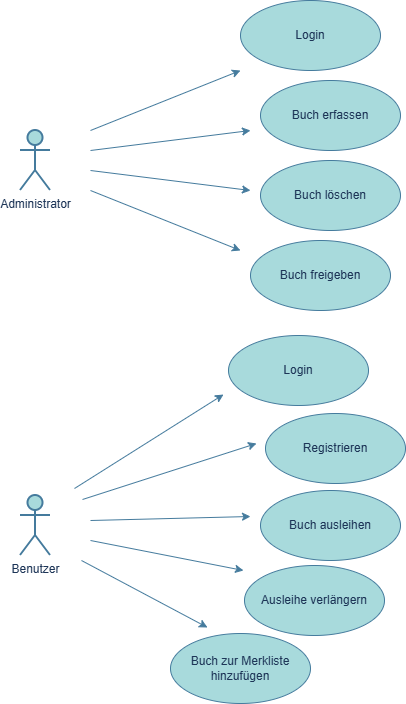
Earlier version of the draw.io export Diagramm/BibliothekUseCasesDiagramm.png (Senaa05/Objektorientiertes-Programmieren). Source tidied: cells renumbered, new cells last; positions are measured from the earlier drawing's top-left corner, leaving out a move shared by most shapes.
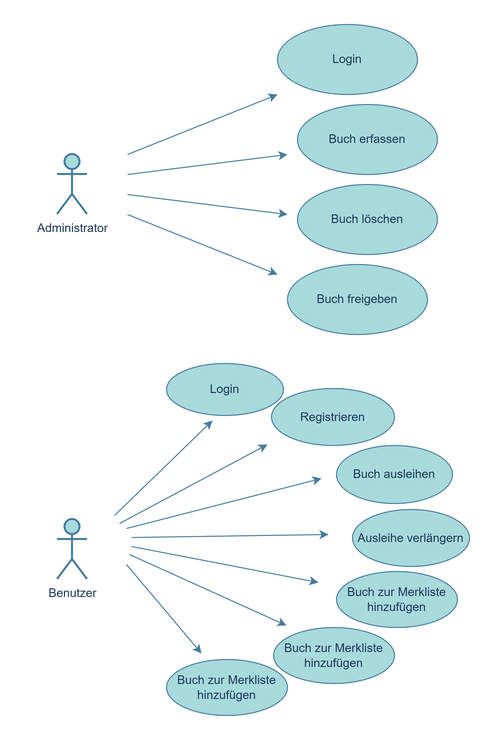
After the change.

Commit message:
UseCase Diagramm Aktualisierung

What changed in the source:
```diff
@@ -46,48 +46,66 @@
     </mxCell>
     <mxCell id="12" style="endArrow=classic;html=1;rounded=0;strokeColor=#457B9D;fontColor=#1D3557;fillColor=#A8DADC;" parent="1" edge="1">
       <mxGeometry relative="1" as="geometry">
-        <mxPoint x="54" y="488" as="sourcePoint" />
-        <mxPoint x="203" y="394" as="targetPoint" />
+        <mxPoint x="57" y="491" as="sourcePoint" />
+        <mxPoint x="155" y="396" as="targetPoint" />
       </mxGeometry>
     </mxCell>
     <mxCell id="13" value="Login" style="ellipse;whiteSpace=wrap;html=1;strokeColor=#457B9D;fontColor=#1D3557;fillColor=#A8DADC;" parent="1" vertex="1">
-      <mxGeometry x="208" y="335" width="140" height="70" as="geometry" />
+      <mxGeometry x="109" y="339" width="117" height="52" as="geometry" />
     </mxCell>
     <mxCell id="14" style="endArrow=classic;html=1;rounded=0;strokeColor=#457B9D;fontColor=#1D3557;fillColor=#A8DADC;" parent="1" edge="1">
       <mxGeometry relative="1" as="geometry">
         <mxPoint x="62" y="499" as="sourcePoint" />
-        <mxPoint x="236" y="443" as="targetPoint" />
+        <mxPoint x="210" y="420" as="targetPoint" />
       </mxGeometry>
     </mxCell>
     <mxCell id="15" value="Buch ausleihen" style="ellipse;whiteSpace=wrap;html=1;strokeColor=#457B9D;fontColor=#1D3557;fillColor=#A8DADC;" parent="1" vertex="1">
-      <mxGeometry x="240" y="490" width="140" height="70" as="geometry" />
+      <mxGeometry x="279" y="421" width="116" height="58" as="geometry" />
     </mxCell>
     <mxCell id="16" style="endArrow=classic;html=1;rounded=0;strokeColor=#457B9D;fontColor=#1D3557;fillColor=#A8DADC;" parent="1" edge="1">
       <mxGeometry relative="1" as="geometry">
-        <mxPoint x="70" y="520" as="sourcePoint" />
-        <mxPoint x="230" y="516" as="targetPoint" />
+        <mxPoint x="69" y="504" as="sourcePoint" />
+        <mxPoint x="264" y="454" as="targetPoint" />
       </mxGeometry>
     </mxCell>
     <mxCell id="17" value="Ausleihe verlängern" style="ellipse;whiteSpace=wrap;html=1;strokeColor=#457B9D;fontColor=#1D3557;fillColor=#A8DADC;" parent="1" vertex="1">
-      <mxGeometry x="224" y="565" width="140" height="70" as="geometry" />
+      <mxGeometry x="295" y="485" width="117" height="57" as="geometry" />
     </mxCell>
     <mxCell id="18" style="endArrow=classic;html=1;rounded=0;strokeColor=#457B9D;fontColor=#1D3557;fillColor=#A8DADC;" parent="1" edge="1">
       <mxGeometry relative="1" as="geometry">
-        <mxPoint x="70" y="540" as="sourcePoint" />
-        <mxPoint x="223" y="570" as="targetPoint" />
+        <mxPoint x="74" y="513" as="sourcePoint" />
+        <mxPoint x="271" y="510" as="targetPoint" />
       </mxGeometry>
     </mxCell>
     <mxCell id="19" value="Buch zur Merkliste hinzufügen" style="ellipse;whiteSpace=wrap;html=1;strokeColor=#457B9D;fontColor=#1D3557;fillColor=#A8DADC;" parent="1" vertex="1">
-      <mxGeometry x="150" y="633" width="140" height="70" as="geometry" />
+      <mxGeometry x="279" y="547" width="121" height="56" as="geometry" />
     </mxCell>
     <mxCell id="20" value="Registrieren" style="ellipse;whiteSpace=wrap;html=1;strokeColor=#457B9D;fontColor=#1D3557;fillColor=#A8DADC;" parent="1" vertex="1">
-      <mxGeometry x="245" y="413" width="140" height="70" as="geometry" />
+      <mxGeometry x="214" y="364" width="123" height="57" as="geometry" />
     </mxCell>
     <mxCell id="21" style="endArrow=classic;html=1;rounded=0;strokeColor=#457B9D;fontColor=#1D3557;fillColor=#A8DADC;" parent="1" edge="1">
       <mxGeometry relative="1" as="geometry">
-        <mxPoint x="61" y="560" as="sourcePoint" />
-        <mxPoint x="187" y="627" as="targetPoint" />
+        <mxPoint x="74" y="522" as="sourcePoint" />
+        <mxPoint x="261" y="558" as="targetPoint" />
       </mxGeometry>
     </mxCell>
+    <mxCell id="22" value="Buch zur Merkliste hinzufügen" style="ellipse;whiteSpace=wrap;html=1;strokeColor=#457B9D;fontColor=#1D3557;fillColor=#A8DADC;" parent="1" vertex="1">
+      <mxGeometry x="109" y="635" width="121" height="56" as="geometry" />
+    </mxCell>
+    <mxCell id="23" value="Buch zur Merkliste hinzufügen" style="ellipse;whiteSpace=wrap;html=1;strokeColor=#457B9D;fontColor=#1D3557;fillColor=#A8DADC;" parent="1" vertex="1">
+      <mxGeometry x="216" y="603" width="121" height="56" as="geometry" />
+    </mxCell>
+    <mxCell id="24" style="endArrow=classic;html=1;rounded=0;strokeColor=#457B9D;fontColor=#1D3557;fillColor=#A8DADC;" parent="1" edge="1">
+      <mxGeometry relative="1" as="geometry">
+        <mxPoint x="72" y="530" as="sourcePoint" />
+        <mxPoint x="229" y="601" as="targetPoint" />
+      </mxGeometry>
+    </mxCell>
+    <mxCell id="25" style="endArrow=classic;html=1;rounded=0;strokeColor=#457B9D;fontColor=#1D3557;fillColor=#A8DADC;" parent="1" edge="1">
+      <mxGeometry relative="1" as="geometry">
+        <mxPoint x="69" y="540" as="sourcePoint" />
+        <mxPoint x="144" y="629" as="targetPoint" />
+      </mxGeometry>
+    </mxCell>
   </root>
 </mxGraphModel>
```
